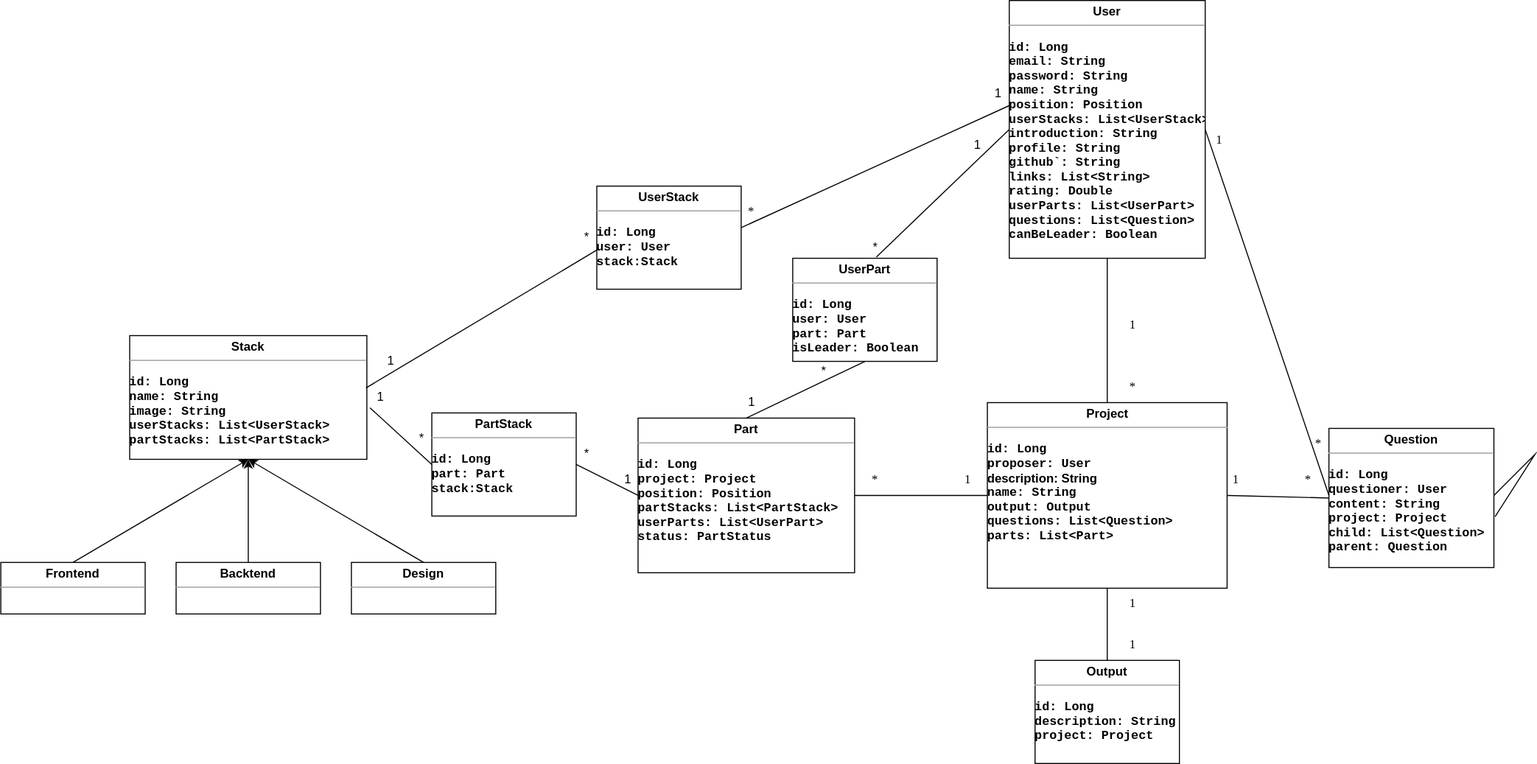
This is entity_diagram.drawio.svg from zelo0/cruit, a draw.io export, as it was before one commit. Source tidied: cells renumbered, new cells last; positions are measured from the earlier drawing's top-left corner, leaving out a move shared by most shapes.
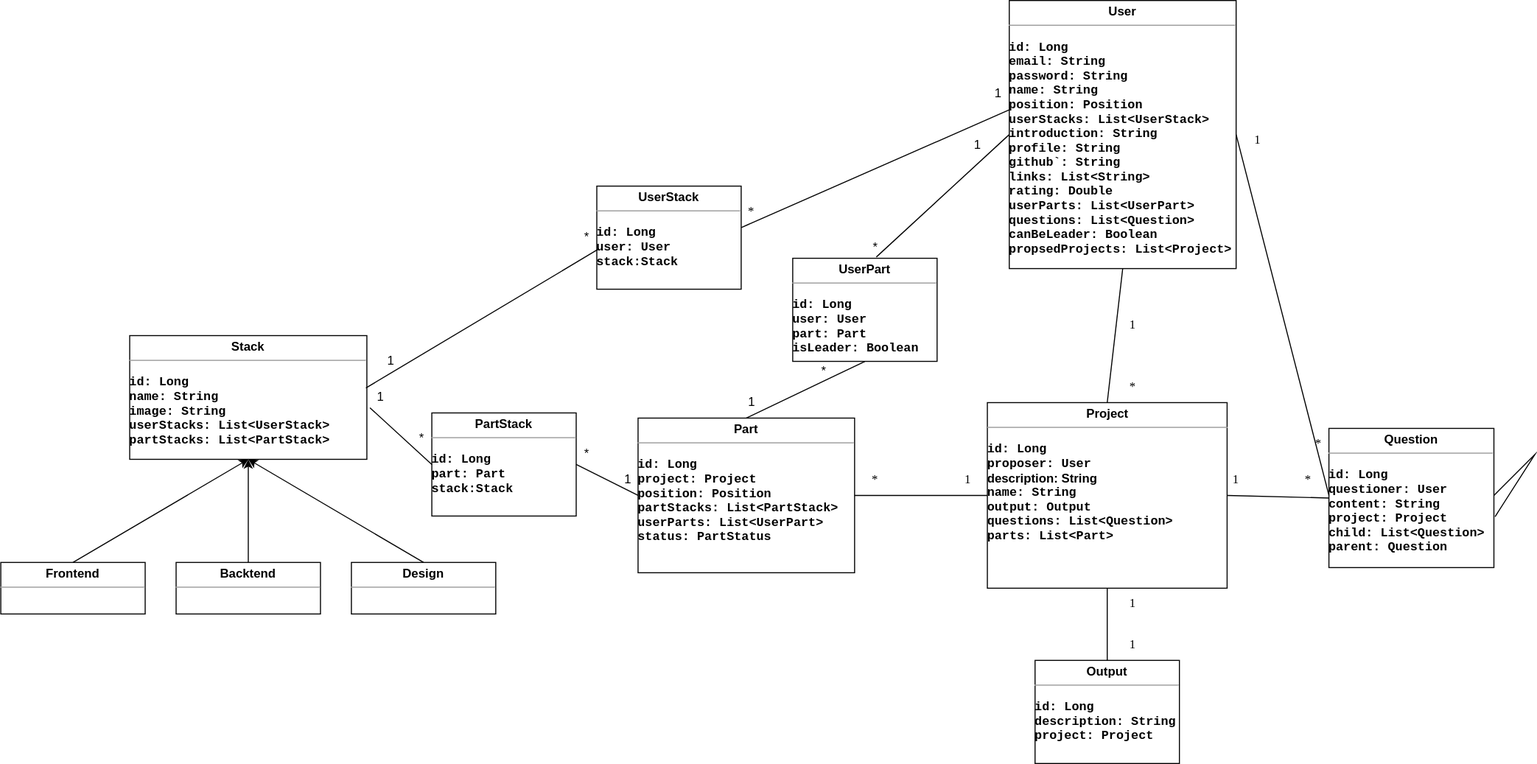
The same file after the commit.

Commit message:
User에 본인이 제안한 프로젝트 리스트인 proposedProjects 추가

Change to the diagram source:
```diff
@@ -2,8 +2,8 @@
   <root>
     <mxCell id="0" />
     <mxCell id="1" parent="0" />
-    <mxCell id="2" value="&lt;p style=&quot;margin: 0px ; margin-top: 4px ; text-align: center&quot;&gt;&lt;span&gt;User&lt;/span&gt;&lt;/p&gt;&lt;hr size=&quot;1&quot;&gt;&lt;p&gt;&lt;/p&gt;&lt;pre style=&quot;height: 2px ; line-height: 1.5&quot;&gt;&lt;span&gt;id: Long&lt;/span&gt;&lt;/pre&gt;&lt;pre style=&quot;height: 2px ; line-height: 1.5&quot;&gt;&lt;span&gt;email: String&lt;/span&gt;&lt;/pre&gt;&lt;pre style=&quot;height: 2px ; line-height: 1.5&quot;&gt;&lt;span&gt;password: String&lt;/span&gt;&lt;/pre&gt;&lt;pre style=&quot;height: 2px ; line-height: 1.5&quot;&gt;&lt;span&gt;name: String&lt;/span&gt;&lt;/pre&gt;&lt;pre style=&quot;height: 2px ; line-height: 1.5&quot;&gt;&lt;span&gt;position: Position&lt;/span&gt;&lt;/pre&gt;&lt;pre style=&quot;height: 2px ; line-height: 1.5&quot;&gt;&lt;span&gt;userStacks: List&amp;lt;UserStack&amp;gt;&lt;/span&gt;&lt;/pre&gt;&lt;pre style=&quot;height: 2px ; line-height: 1.5&quot;&gt;&lt;span&gt;introduction: String&lt;/span&gt;&lt;/pre&gt;&lt;pre style=&quot;height: 2px ; line-height: 1.5&quot;&gt;&lt;span&gt;profile: String&lt;/span&gt;&lt;/pre&gt;&lt;pre style=&quot;height: 2px ; line-height: 1.5&quot;&gt;&lt;span&gt;github`: String&lt;/span&gt;&lt;/pre&gt;&lt;pre style=&quot;height: 2px ; line-height: 1.5&quot;&gt;&lt;span&gt;links: List&amp;lt;String&amp;gt;&lt;/span&gt;&lt;/pre&gt;&lt;pre style=&quot;height: 2px ; line-height: 1.5&quot;&gt;&lt;span&gt;rating: Double&lt;/span&gt;&lt;/pre&gt;&lt;pre style=&quot;height: 2px ; line-height: 1.5&quot;&gt;&lt;span&gt;userParts: List&amp;lt;UserPart&amp;gt;&lt;/span&gt;&lt;/pre&gt;&lt;pre style=&quot;height: 2px ; line-height: 1.5&quot;&gt;&lt;span&gt;questions: List&amp;lt;Question&amp;gt;&lt;/span&gt;&lt;/pre&gt;&lt;pre style=&quot;height: 2px ; line-height: 1.5&quot;&gt;&lt;span&gt;canBeLeader: Boolean&lt;/span&gt;&lt;/pre&gt;&lt;pre style=&quot;height: 2px ; line-height: 1.5&quot;&gt;&lt;span&gt;&lt;br&gt;&lt;/span&gt;&lt;/pre&gt;&lt;p&gt;&lt;/p&gt;" style="verticalAlign=top;align=left;overflow=fill;fontSize=12;fontFamily=Helvetica;html=1;horizontal=1;rounded=0;sketch=0;spacingLeft=0;labelBackgroundColor=none;labelBorderColor=none;fontStyle=1;spacingBottom=0;spacingRight=0;spacing=2;" parent="1" vertex="1">
-      <mxGeometry x="978" width="190" height="250" as="geometry" />
+    <mxCell id="2" value="&lt;p style=&quot;margin: 0px ; margin-top: 4px ; text-align: center&quot;&gt;&lt;span&gt;User&lt;/span&gt;&lt;/p&gt;&lt;hr size=&quot;1&quot;&gt;&lt;p&gt;&lt;/p&gt;&lt;pre style=&quot;height: 2px ; line-height: 1.5&quot;&gt;&lt;span&gt;id: Long&lt;/span&gt;&lt;/pre&gt;&lt;pre style=&quot;height: 2px ; line-height: 1.5&quot;&gt;&lt;span&gt;email: String&lt;/span&gt;&lt;/pre&gt;&lt;pre style=&quot;height: 2px ; line-height: 1.5&quot;&gt;&lt;span&gt;password: String&lt;/span&gt;&lt;/pre&gt;&lt;pre style=&quot;height: 2px ; line-height: 1.5&quot;&gt;&lt;span&gt;name: String&lt;/span&gt;&lt;/pre&gt;&lt;pre style=&quot;height: 2px ; line-height: 1.5&quot;&gt;&lt;span&gt;position: Position&lt;/span&gt;&lt;/pre&gt;&lt;pre style=&quot;height: 2px ; line-height: 1.5&quot;&gt;&lt;span&gt;userStacks: List&amp;lt;UserStack&amp;gt;&lt;/span&gt;&lt;/pre&gt;&lt;pre style=&quot;height: 2px ; line-height: 1.5&quot;&gt;&lt;span&gt;introduction: String&lt;/span&gt;&lt;/pre&gt;&lt;pre style=&quot;height: 2px ; line-height: 1.5&quot;&gt;&lt;span&gt;profile: String&lt;/span&gt;&lt;/pre&gt;&lt;pre style=&quot;height: 2px ; line-height: 1.5&quot;&gt;&lt;span&gt;github`: String&lt;/span&gt;&lt;/pre&gt;&lt;pre style=&quot;height: 2px ; line-height: 1.5&quot;&gt;&lt;span&gt;links: List&amp;lt;String&amp;gt;&lt;/span&gt;&lt;/pre&gt;&lt;pre style=&quot;height: 2px ; line-height: 1.5&quot;&gt;&lt;span&gt;rating: Double&lt;/span&gt;&lt;/pre&gt;&lt;pre style=&quot;height: 2px ; line-height: 1.5&quot;&gt;&lt;span&gt;userParts: List&amp;lt;UserPart&amp;gt;&lt;/span&gt;&lt;/pre&gt;&lt;pre style=&quot;height: 2px ; line-height: 1.5&quot;&gt;&lt;span&gt;questions: List&amp;lt;Question&amp;gt;&lt;/span&gt;&lt;/pre&gt;&lt;pre style=&quot;height: 2px ; line-height: 1.5&quot;&gt;&lt;span&gt;canBeLeader: Boolean&lt;/span&gt;&lt;/pre&gt;&lt;pre style=&quot;height: 2px ; line-height: 1.5&quot;&gt;propsedProjects: List&amp;lt;Project&amp;gt;&lt;/pre&gt;&lt;pre style=&quot;height: 2px ; line-height: 1.5&quot;&gt;&lt;span&gt;&lt;br&gt;&lt;/span&gt;&lt;/pre&gt;&lt;p&gt;&lt;/p&gt;" style="verticalAlign=top;align=left;overflow=fill;fontSize=12;fontFamily=Helvetica;html=1;horizontal=1;rounded=0;sketch=0;spacingLeft=0;labelBackgroundColor=none;labelBorderColor=none;fontStyle=1;spacingBottom=0;spacingRight=0;spacing=2;" parent="1" vertex="1">
+      <mxGeometry x="978" width="220" height="260" as="geometry" />
     </mxCell>
     <mxCell id="3" value="&lt;p style=&quot;margin: 0px ; margin-top: 4px ; text-align: center&quot;&gt;&lt;b&gt;Project&lt;/b&gt;&lt;/p&gt;&lt;hr size=&quot;1&quot;&gt;&lt;p&gt;&lt;/p&gt;&lt;pre style=&quot;height: 2px ; line-height: 1.5&quot;&gt;&lt;b&gt;id: Long&lt;/b&gt;&lt;/pre&gt;&lt;pre style=&quot;height: 2px ; line-height: 1.5&quot;&gt;&lt;b&gt;proposer: User&lt;/b&gt;&lt;/pre&gt;&lt;pre style=&quot;height: 2px ; line-height: 1.5&quot;&gt;&lt;b style=&quot;font-family: &amp;#34;helvetica&amp;#34; ; white-space: nowrap&quot;&gt;description: String&lt;/b&gt;&lt;br&gt;&lt;/pre&gt;&lt;pre style=&quot;height: 2px ; line-height: 1.5&quot;&gt;&lt;b&gt;name: String&lt;/b&gt;&lt;/pre&gt;&lt;pre style=&quot;height: 2px ; line-height: 1.5&quot;&gt;&lt;b&gt;output: Output&lt;/b&gt;&lt;/pre&gt;&lt;pre style=&quot;height: 2px ; line-height: 1.5&quot;&gt;&lt;b&gt;questions: List&amp;lt;Question&amp;gt;&lt;/b&gt;&lt;/pre&gt;&lt;pre style=&quot;height: 2px ; line-height: 1.5&quot;&gt;&lt;b&gt;parts: List&amp;lt;Part&amp;gt;&lt;/b&gt;&lt;/pre&gt;&lt;p&gt;&lt;/p&gt;" style="verticalAlign=top;align=left;overflow=fill;fontSize=12;fontFamily=Helvetica;html=1;" parent="1" vertex="1">
       <mxGeometry x="956.8" y="390" width="232.5" height="180" as="geometry" />
@@ -29,7 +29,7 @@
       </mxGeometry>
     </mxCell>
     <mxCell id="10" value="1" style="text;html=1;strokeColor=none;fillColor=none;align=center;verticalAlign=middle;whiteSpace=wrap;rounded=0;labelBackgroundColor=none;labelBorderColor=none;sketch=0;fontFamily=Verdana;fontSize=12;" parent="1" vertex="1">
-      <mxGeometry x="1152" y="120" width="60" height="30" as="geometry" />
+      <mxGeometry x="1189.2" y="120" width="60" height="30" as="geometry" />
     </mxCell>
     <mxCell id="11" value="*" style="text;html=1;strokeColor=none;fillColor=none;align=center;verticalAlign=middle;whiteSpace=wrap;rounded=0;labelBackgroundColor=none;labelBorderColor=none;sketch=0;fontFamily=Verdana;fontSize=12;" parent="1" vertex="1">
       <mxGeometry x="1248" y="415" width="60" height="30" as="geometry" />
```
